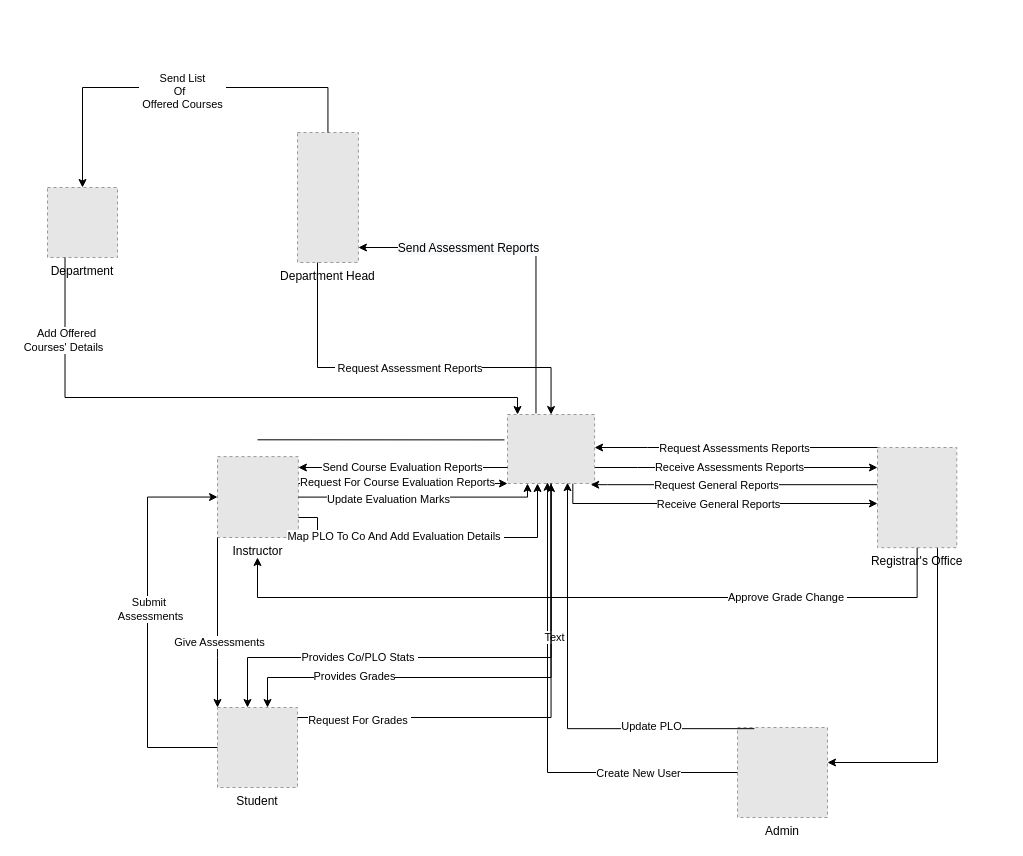
injamam00155/CSE303-sec-04-Group-03 keeps this draw.io diagram as Documentation/Rich_Picture_ASIS.drawio. Above is the earlier version. Source tidied: cells renumbered, new cells numbered last; positions are measured from the earlier drawing's top-left corner, leaving out a move shared by most shapes. Both pictures are drawn from the tidied source at 100%, with x=0, y=0 at pixel (47, 87). Pictures stored in the file or linked from it are replaced by grey dashed boxes.
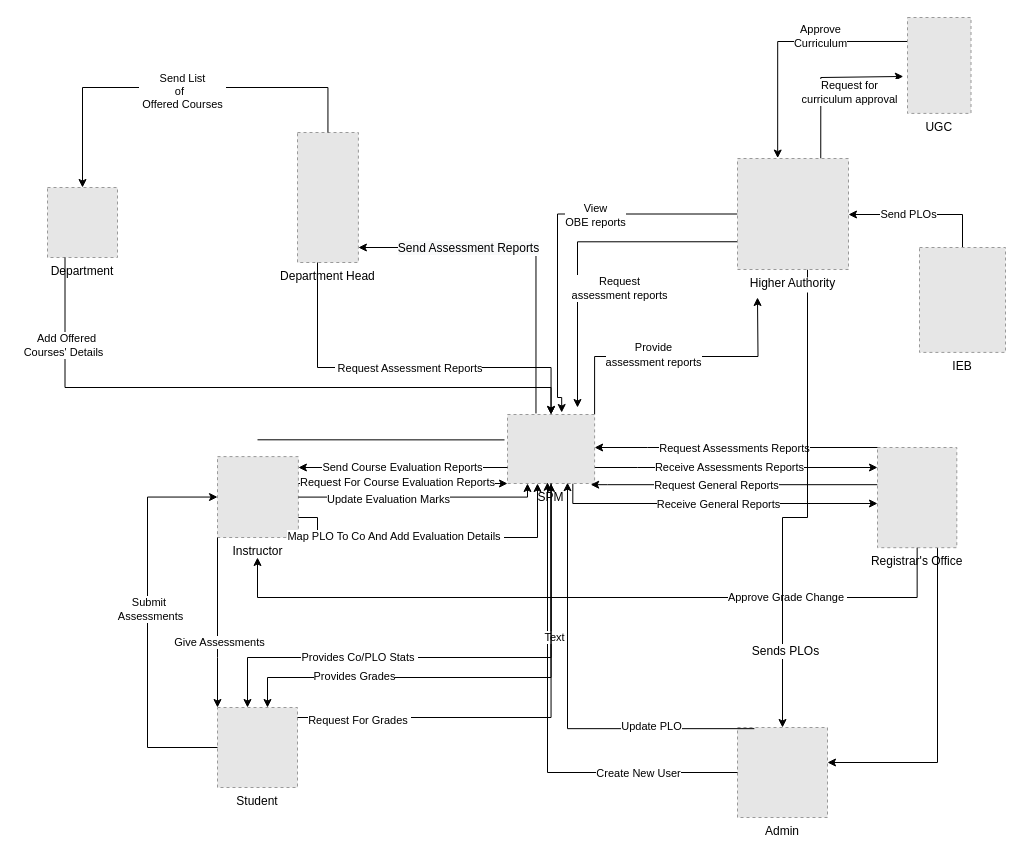
The same diagram, later.

Unchanged cells that the change refers to:
```xml
<mxCell id="13" value="Admin" style="fillColor=#E6E6E6;strokeColor=#999999;dashed=1;verticalLabelPosition=bottom;verticalAlign=top;" parent="1" vertex="1">
  <mxGeometry x="690" y="640" width="90" height="90" as="geometry" />
</mxCell>
<mxCell id="23" value="Department" style="fillColor=#E6E6E6;strokeColor=#999999;dashed=1;verticalLabelPosition=bottom;verticalAlign=top;" parent="1" vertex="1">
  <mxGeometry y="100" width="70" height="70" as="geometry" />
</mxCell>
<mxCell id="28" style="edgeStyle=elbowEdgeStyle;elbow=vertical;endArrow=classic;html=1;rounded=0;" parent="1" edge="1" source="4" target="23">
  <mxGeometry relative="1" as="geometry">
    <Array as="points">
      <mxPoint x="160" />
    </Array>
  </mxGeometry>
</mxCell>
```

The edit, as a diff of the source:
```diff
@@
+    <mxCell id="52" style="edgeStyle=orthogonalEdgeStyle;rounded=0;jettySize=auto;html=1;exitX=1;exitY=0;exitDx=0;exitDy=0;fontSize=12;fontColor=#000000;" parent="1" edge="1" source="7">
+      <mxGeometry relative="1" as="geometry">
+        <mxPoint x="710" y="210" as="targetPoint" />
+      </mxGeometry>
+    </mxCell>
+    <mxCell id="53" value="&lt;span style=&quot;font-size: 11px;&quot;&gt;Provide&lt;/span&gt;&lt;br style=&quot;font-size: 11px;&quot;&gt;&lt;span style=&quot;font-size: 11px;&quot;&gt;assessment reports&lt;/span&gt;" style="edgeLabel;html=1;align=center;verticalAlign=middle;fontSize=12;fontColor=#000000;" parent="52" vertex="1">
+      <mxGeometry x="-0.17" y="3" relative="1" as="geometry" />
+    </mxCell>
-    <mxCell id="7" style="fillColor=#E6E6E6;strokeColor=#999999;dashed=1;verticalLabelPosition=bottom;verticalAlign=top;" parent="1" vertex="1">
+    <mxCell id="7" value="SPM" style="fillColor=#E6E6E6;strokeColor=#999999;dashed=1;verticalLabelPosition=bottom;verticalAlign=top;" parent="1" vertex="1">
       <mxGeometry x="460" y="327" width="87.1" height="69" as="geometry" />
     </mxCell>
@@
-    <mxCell id="29" value="&amp;nbsp; Send List&amp;nbsp;&amp;nbsp;&lt;br&gt;Of&amp;nbsp;&amp;nbsp;&lt;br&gt;&amp;nbsp;Offered Courses&amp;nbsp;" style="edgeLabel;html=1;align=center;verticalAlign=middle;" parent="28" vertex="1">
+    <mxCell id="29" value="&amp;nbsp; Send List&amp;nbsp;&amp;nbsp;&lt;br&gt;of&amp;nbsp;&amp;nbsp;&lt;br&gt;&amp;nbsp;Offered Courses&amp;nbsp;" style="edgeLabel;html=1;align=center;verticalAlign=middle;" parent="28" vertex="1">
       <mxGeometry x="-0.02" y="3" relative="1" as="geometry" />
     </mxCell>
@@
     <mxCell id="32" style="edgeStyle=elbowEdgeStyle;elbow=vertical;endArrow=classic;html=1;rounded=0;exitX=0.25;exitY=1;exitDx=0;exitDy=0;" parent="1" edge="1" source="23" target="7">
       <mxGeometry relative="1" as="geometry">
         <Array as="points">
+          <mxPoint x="330" y="300" />
+          <mxPoint x="320" y="280" />
           <mxPoint x="470" y="310" />
           <mxPoint x="490" y="320" />
           <mxPoint x="500" y="310" />
           <mxPoint x="510" y="300" />
           <mxPoint x="120" y="260" />
           <mxPoint x="80" y="220" />
         </Array>
       </mxGeometry>
     </mxCell>
@@
+    <mxCell id="54" style="edgeStyle=orthogonalEdgeStyle;rounded=0;jettySize=auto;html=1;exitX=0;exitY=0.5;exitDx=0;exitDy=0;entryX=0.622;entryY=-0.029;entryDx=0;entryDy=0;entryPerimeter=0;" parent="1" edge="1" source="62" target="7">
+      <mxGeometry relative="1" as="geometry">
+        <Array as="points">
+          <mxPoint x="510" y="127" />
+          <mxPoint x="510" y="310" />
+          <mxPoint x="514" y="310" />
+        </Array>
+      </mxGeometry>
+    </mxCell>
+    <mxCell id="55" value="View&lt;br&gt;OBE reports" style="edgeLabel;html=1;align=center;verticalAlign=middle;" parent="54" vertex="1">
+      <mxGeometry x="0.37" y="-1" relative="1" as="geometry">
+        <mxPoint x="38" y="-81" as="offset" />
+      </mxGeometry>
+    </mxCell>
+    <mxCell id="56" style="edgeStyle=orthogonalEdgeStyle;rounded=0;jettySize=auto;html=1;exitX=0;exitY=0.75;exitDx=0;exitDy=0;" parent="1" edge="1" source="62">
+      <mxGeometry relative="1" as="geometry">
+        <mxPoint x="530" y="320" as="targetPoint" />
+        <Array as="points">
+          <mxPoint x="530" y="154" />
+        </Array>
+      </mxGeometry>
+    </mxCell>
+    <mxCell id="57" value="Request&lt;br&gt;assessment reports" style="edgeLabel;html=1;align=center;verticalAlign=middle;" parent="56" vertex="1">
+      <mxGeometry x="-0.63" y="1" relative="1" as="geometry">
+        <mxPoint x="-59" y="45" as="offset" />
+      </mxGeometry>
+    </mxCell>
+    <mxCell id="58" style="edgeStyle=orthogonalEdgeStyle;rounded=0;jettySize=auto;html=1;exitX=0.75;exitY=0;exitDx=0;exitDy=0;entryX=-0.066;entryY=0.615;entryDx=0;entryDy=0;entryPerimeter=0;" parent="1" edge="1" source="62" target="65">
+      <mxGeometry relative="1" as="geometry">
+        <Array as="points">
+          <mxPoint x="773" y="-10" />
+        </Array>
+      </mxGeometry>
+    </mxCell>
+    <mxCell id="59" value="Request for&lt;br&gt;curriculum approval" style="edgeLabel;html=1;align=center;verticalAlign=middle;" parent="58" vertex="1">
+      <mxGeometry x="-0.26" y="3" relative="1" as="geometry">
+        <mxPoint x="31" y="-5" as="offset" />
+      </mxGeometry>
+    </mxCell>
+    <mxCell id="60" style="edgeStyle=orthogonalEdgeStyle;rounded=0;jettySize=auto;html=1;entryX=0.5;entryY=0;entryDx=0;entryDy=0;fontSize=11;fontColor=#3333FF;" parent="1" edge="1" source="62" target="13">
+      <mxGeometry relative="1" as="geometry">
+        <Array as="points">
+          <mxPoint x="760" y="430" />
+          <mxPoint x="735" y="430" />
+        </Array>
+      </mxGeometry>
+    </mxCell>
+    <mxCell id="61" value="&lt;font color=&quot;#000000&quot; style=&quot;font-size: 12px;&quot;&gt;Sends PLOs&lt;/font&gt;" style="edgeLabel;html=1;align=center;verticalAlign=middle;fontSize=11;fontColor=#3333FF;" parent="60" vertex="1">
+      <mxGeometry x="0.68" y="2" relative="1" as="geometry" />
+    </mxCell>
+    <mxCell id="62" value="Higher Authority" style="fillColor=#E6E6E6;strokeColor=#999999;dashed=1;verticalLabelPosition=bottom;labelBackgroundColor=default;verticalAlign=top;" parent="1" vertex="1">
+      <mxGeometry x="690" y="71" width="111" height="111" as="geometry" />
+    </mxCell>
+    <mxCell id="63" style="edgeStyle=orthogonalEdgeStyle;rounded=0;jettySize=auto;html=1;exitX=0;exitY=0.25;exitDx=0;exitDy=0;entryX=0.362;entryY=-0.004;entryDx=0;entryDy=0;entryPerimeter=0;" parent="1" edge="1" source="65" target="62">
+      <mxGeometry relative="1" as="geometry" />
+    </mxCell>
+    <mxCell id="64" value="Approve&lt;br&gt;Curriculum" style="edgeLabel;html=1;align=center;verticalAlign=middle;" parent="63" vertex="1">
+      <mxGeometry x="-0.29" y="-5" relative="1" as="geometry" />
+    </mxCell>
+    <mxCell id="65" value="UGC" style="fillColor=#E6E6E6;strokeColor=#999999;dashed=1;verticalLabelPosition=bottom;labelBackgroundColor=default;verticalAlign=top;" parent="1" vertex="1">
+      <mxGeometry x="860" y="-70" width="63.5" height="95.9" as="geometry" />
+    </mxCell>
+    <mxCell id="66" style="edgeStyle=orthogonalEdgeStyle;rounded=0;jettySize=auto;html=1;" parent="1" edge="1" source="68" target="62">
+      <mxGeometry relative="1" as="geometry">
+        <Array as="points">
+          <mxPoint x="915" y="127" />
+        </Array>
+      </mxGeometry>
+    </mxCell>
+    <mxCell id="67" value="Send PLOs" style="edgeLabel;html=1;align=center;verticalAlign=middle;" parent="66" vertex="1">
+      <mxGeometry x="0.2" y="-1" relative="1" as="geometry" />
+    </mxCell>
+    <mxCell id="68" value="IEB" style="fillColor=#E6E6E6;strokeColor=#999999;dashed=1;verticalLabelPosition=bottom;labelBackgroundColor=default;verticalAlign=top;" parent="1" vertex="1">
+      <mxGeometry x="872" y="160" width="86" height="104.9" as="geometry" />
+    </mxCell>
```
